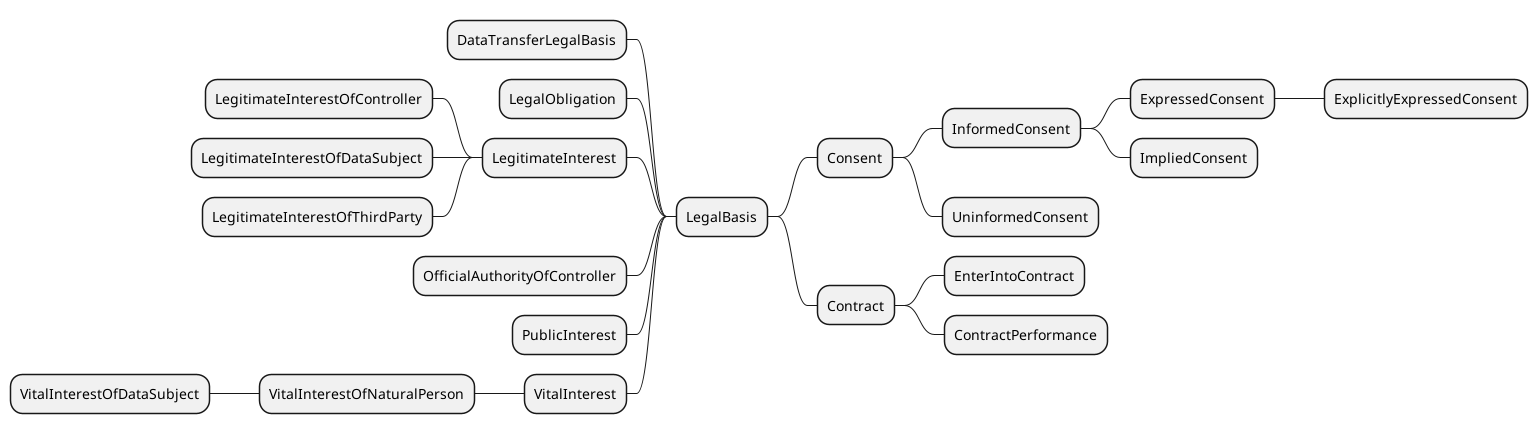
Before: diagrams/legal_bases.png, a diagram exported from PlantUML (jeswr/dpv). Its source is kept beside it as 2.0/diagrams/plantuml/legal_bases.plantuml.
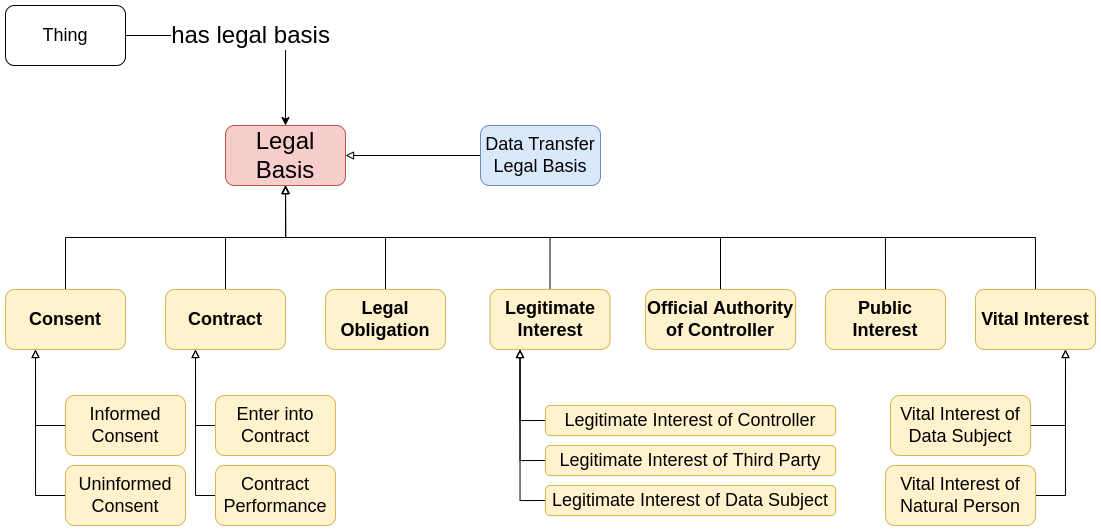
After the commit.

Change to the diagram source:
```diff
@@ -11,14 +11,14 @@
 ++ Contract
 +++ EnterIntoContract
 +++ ContractPerformance
-++ PublicInterest
-++ LegalObligation
 -- DataTransferLegalBasis
+-- LegalObligation
 -- LegitimateInterest
 --- LegitimateInterestOfController
 --- LegitimateInterestOfDataSubject
 --- LegitimateInterestOfThirdParty
 -- OfficialAuthorityOfController
+-- PublicInterest
 -- VitalInterest
 --- VitalInterestOfNaturalPerson
 ---- VitalInterestOfDataSubject
```
